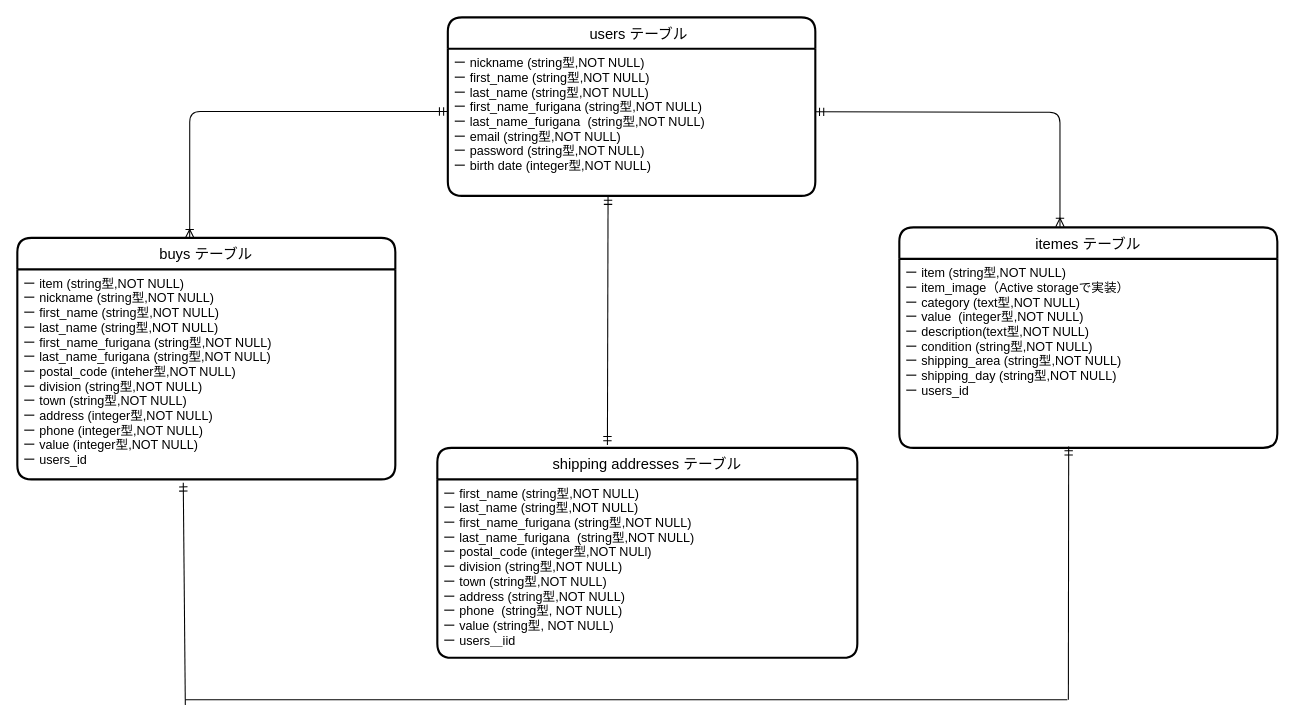
Above: page "ページ1" (1 of 2) of furima.dio in ryu-sugi/furima-35260 (draw.io), before the change. Source tidied: cells renumbered, new cells numbered last; positions are measured from the earlier drawing's top-left corner, leaving out a move shared by most shapes. Both pictures are drawn from the tidied source at 105%, with x=0, y=0 at pixel (17, 17).
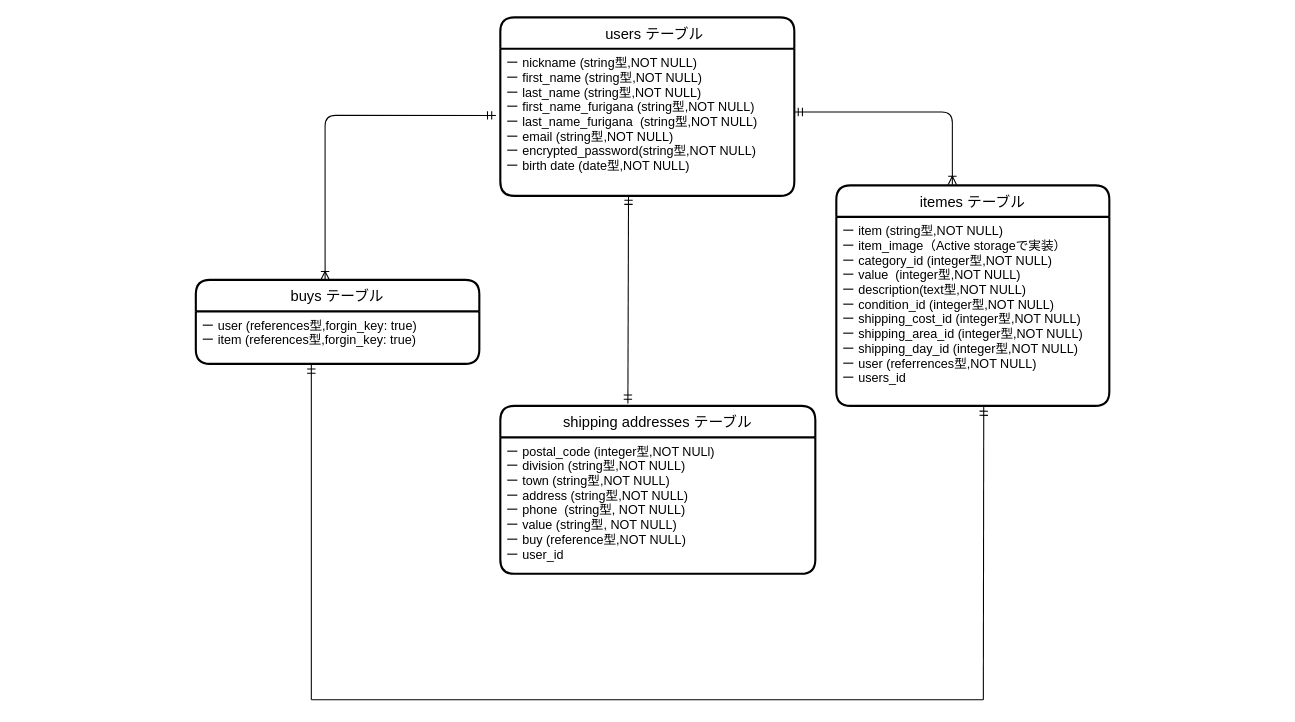
The same diagram, later.

Commit message (it also covers changes not shown here):
DB設計 修正版

Change to the diagram source:
```diff
@@
     <mxCell id="2" value="　users テーブル" style="swimlane;horizontal=1;startSize=30;rounded=1;fontSize=14;fontStyle=0;strokeWidth=2;shadow=0;dashed=0;align=center;" parent="1" vertex="1">
-      <mxGeometry x="410" width="350" height="170" as="geometry" />
+      <mxGeometry x="460" width="280" height="170" as="geometry" />
     </mxCell>
-    <mxCell id="3" value="ー nickname (string型,NOT NULL)&#10;ー first_name (string型,NOT NULL)&#10;ー last_name (string型,NOT NULL)&#10;ー first_name_furigana (string型,NOT NULL)&#10;ー last_name_furigana  (string型,NOT NULL)&#10;ー email (string型,NOT NULL)&#10;ー password (string型,NOT NULL)&#10;ー birth date (integer型,NOT NULL)&#10;" style="text;strokeColor=none;fillColor=none;spacingLeft=4;spacingRight=4;overflow=hidden;points=[[0,0.5],[1,0.5]];portConstraint=eastwest;fontSize=12;" parent="2" vertex="1">
-      <mxGeometry y="30" width="350" height="140" as="geometry" />
+    <mxCell id="3" value="ー nickname (string型,NOT NULL)&#10;ー first_name (string型,NOT NULL)&#10;ー last_name (string型,NOT NULL)&#10;ー first_name_furigana (string型,NOT NULL)&#10;ー last_name_furigana  (string型,NOT NULL)&#10;ー email (string型,NOT NULL)&#10;ー encrypted_password(string型,NOT NULL)&#10;ー birth date (date型,NOT NULL)&#10;" style="text;strokeColor=none;fillColor=none;spacingLeft=4;spacingRight=4;overflow=hidden;points=[[0,0.5],[1,0.5]];portConstraint=eastwest;fontSize=12;" parent="2" vertex="1">
+      <mxGeometry y="30" width="280" height="140" as="geometry" />
     </mxCell>
@@
     <mxCell id="5" value="buys テーブル" style="swimlane;horizontal=1;startSize=30;rounded=1;fontSize=14;fontStyle=0;strokeWidth=2;shadow=0;dashed=0;align=center;" parent="1" vertex="1">
-      <mxGeometry y="210" width="360" height="230" as="geometry" />
+      <mxGeometry x="170" y="250" width="270" height="80" as="geometry" />
     </mxCell>
-    <mxCell id="6" value="ー item (string型,NOT NULL)&#10;ー nickname (string型,NOT NULL)&#10;ー first_name (string型,NOT NULL)&#10;ー last_name (string型,NOT NULL)&#10;ー first_name_furigana (string型,NOT NULL)&#10;ー last_name_furigana (string型,NOT NULL)&#10;ー postal_code (inteher型,NOT NULL)&#10;ー division (string型,NOT NULL)&#10;ー town (string型,NOT NULL)&#10;ー address (integer型,NOT NULL)&#10;ー phone (integer型,NOT NULL)&#10;ー value (integer型,NOT NULL)&#10;ー users_id&#10;" style="text;strokeColor=none;fillColor=none;spacingLeft=4;spacingRight=4;overflow=hidden;points=[[0,0.5],[1,0.5]];portConstraint=eastwest;fontSize=12;" parent="5" vertex="1">
-      <mxGeometry y="30" width="360" height="200" as="geometry" />
+    <mxCell id="6" value="ー user (references型,forgin_key: true)  &#10;ー item (references型,forgin_key: true)   &#10;" style="text;strokeColor=none;fillColor=none;spacingLeft=4;spacingRight=4;overflow=hidden;points=[[0,0.5],[1,0.5]];portConstraint=eastwest;fontSize=12;" parent="5" vertex="1">
+      <mxGeometry y="30" width="270" height="50" as="geometry" />
     </mxCell>
     <mxCell id="7" value="itemes テーブル" style="swimlane;horizontal=1;startSize=30;rounded=1;fontSize=14;fontStyle=0;strokeWidth=2;shadow=0;dashed=0;align=center;" parent="1" vertex="1">
-      <mxGeometry x="840" y="200" width="360" height="210" as="geometry" />
+      <mxGeometry x="780" y="160" width="260" height="210" as="geometry" />
     </mxCell>
-    <mxCell id="8" value="ー item (string型,NOT NULL)&#10;ー item_image（Active storageで実装）&#10;ー category (text型,NOT NULL)&#10;ー value  (integer型,NOT NULL)&#10;ー description(text型,NOT NULL)&#10;ー condition (string型,NOT NULL)&#10;ー shipping_area (string型,NOT NULL)&#10;ー shipping_day (string型,NOT NULL)&#10;ー users_id" style="text;strokeColor=none;fillColor=none;spacingLeft=4;spacingRight=4;overflow=hidden;points=[[0,0.5],[1,0.5]];portConstraint=eastwest;fontSize=12;" parent="7" vertex="1">
-      <mxGeometry y="30" width="360" height="180" as="geometry" />
+    <mxCell id="8" value="ー item (string型,NOT NULL)&#10;ー item_image（Active storageで実装）&#10;ー category_id (integer型,NOT NULL)&#10;ー value  (integer型,NOT NULL)&#10;ー description(text型,NOT NULL)&#10;ー condition_id (integer型,NOT NULL)&#10;ー shipping_cost_id (integer型,NOT NULL)&#10;ー shipping_area_id (integer型,NOT NULL)&#10;ー shipping_day_id (integer型,NOT NULL)&#10;ー user (referrences型,NOT NULL)&#10;ー users_id " style="text;strokeColor=none;fillColor=none;spacingLeft=4;spacingRight=4;overflow=hidden;points=[[0,0.5],[1,0.5]];portConstraint=eastwest;fontSize=12;" parent="7" vertex="1">
+      <mxGeometry y="30" width="260" height="180" as="geometry" />
     </mxCell>
     <mxCell id="9" value="shipping addresses テーブル" style="swimlane;horizontal=1;startSize=30;rounded=1;fontSize=14;fontStyle=0;strokeWidth=2;shadow=0;dashed=0;align=center;" parent="1" vertex="1">
-      <mxGeometry x="400" y="410" width="400" height="200" as="geometry" />
+      <mxGeometry x="460" y="370" width="300" height="160" as="geometry" />
     </mxCell>
-    <mxCell id="10" value="ー first_name (string型,NOT NULL)&#10;ー last_name (string型,NOT NULL)&#10;ー first_name_furigana (string型,NOT NULL)&#10;ー last_name_furigana  (string型,NOT NULL)&#10;ー postal_code (integer型,NOT NULl)&#10;ー division (string型,NOT NULL)&#10;ー town (string型,NOT NULL)&#10;ー address (string型,NOT NULL)&#10;ー phone  (string型, NOT NULL)&#10;ー value (string型, NOT NULL)&#10;ー users＿iid&#10;&#10;" style="text;strokeColor=none;fillColor=none;spacingLeft=4;spacingRight=4;overflow=hidden;points=[[0,0.5],[1,0.5]];portConstraint=eastwest;fontSize=12;" parent="9" vertex="1">
-      <mxGeometry y="30" width="400" height="170" as="geometry" />
+    <mxCell id="10" value="ー postal_code (integer型,NOT NULl)&#10;ー division (string型,NOT NULL)&#10;ー town (string型,NOT NULL)&#10;ー address (string型,NOT NULL)&#10;ー phone  (string型, NOT NULL)&#10;ー value (string型, NOT NULL)&#10;ー buy (reference型,NOT NULL)&#10;ー user_id&#10;&#10;" style="text;strokeColor=none;fillColor=none;spacingLeft=4;spacingRight=4;overflow=hidden;points=[[0,0.5],[1,0.5]];portConstraint=eastwest;fontSize=12;" parent="9" vertex="1">
+      <mxGeometry y="30" width="300" height="130" as="geometry" />
     </mxCell>
@@
-    <mxCell id="12" style="fontSize=12;html=1;endArrow=ERoneToMany;startArrow=ERmandOne;edgeStyle=orthogonalEdgeStyle;elbow=vertical;exitX=-0.01;exitY=-0.011;exitDx=0;exitDy=0;exitPerimeter=0;entryX=0.456;entryY=0;entryDx=0;entryDy=0;entryPerimeter=0;" parent="1" edge="1" target="5">
-      <mxGeometry relative="1" as="geometry">
-        <mxPoint x="410" y="89.7" as="sourcePoint" />
-        <Array as="points">
-          <mxPoint x="164" y="90" />
-        </Array>
-      </mxGeometry>
+    <mxCell id="12" style="fontSize=12;html=1;endArrow=ERoneToMany;startArrow=ERmandOne;edgeStyle=orthogonalEdgeStyle;elbow=vertical;exitX=-0.015;exitY=0.453;exitDx=0;exitDy=0;exitPerimeter=0;entryX=0.456;entryY=0;entryDx=0;entryDy=0;entryPerimeter=0;" parent="1" edge="1" source="3" target="5">
+      <mxGeometry relative="1" as="geometry" />
     </mxCell>
-    <mxCell id="13" style="edgeStyle=orthogonalEdgeStyle;fontSize=12;html=1;endArrow=ERoneToMany;startArrow=ERmandOne;entryX=0.425;entryY=-0.003;entryDx=0;entryDy=0;entryPerimeter=0;" parent="1" edge="1" target="7">
-      <mxGeometry relative="1" as="geometry">
-        <mxPoint x="760" y="90" as="sourcePoint" />
-      </mxGeometry>
+    <mxCell id="13" style="edgeStyle=orthogonalEdgeStyle;fontSize=12;html=1;endArrow=ERoneToMany;startArrow=ERmandOne;entryX=0.425;entryY=-0.003;entryDx=0;entryDy=0;entryPerimeter=0;exitX=0.999;exitY=0.43;exitDx=0;exitDy=0;exitPerimeter=0;" parent="1" edge="1" source="3" target="7">
+      <mxGeometry relative="1" as="geometry" />
     </mxCell>
@@
-    <mxCell id="15" style="fontSize=12;html=1;endArrow=ERmandOne;entryX=0.439;entryY=1.016;entryDx=0;entryDy=0;entryPerimeter=0;" parent="1" edge="1" target="6">
+    <mxCell id="15" style="fontSize=12;html=1;endArrow=ERmandOne;" parent="1" edge="1">
       <mxGeometry relative="1" as="geometry">
-        <mxPoint x="160" y="655" as="sourcePoint" />
+        <mxPoint x="280" y="650" as="sourcePoint" />
+        <mxPoint x="280" y="331" as="targetPoint" />
       </mxGeometry>
     </mxCell>
     <mxCell id="16" style="endArrow=none;html=1;rounded=0;" parent="1" edge="1">
       <mxGeometry relative="1" as="geometry">
-        <mxPoint x="160" y="650" as="sourcePoint" />
-        <mxPoint x="1000" y="650" as="targetPoint" />
+        <mxPoint x="280" y="650" as="sourcePoint" />
+        <mxPoint x="920" y="650" as="targetPoint" />
       </mxGeometry>
     </mxCell>
-    <mxCell id="17" style="fontSize=12;html=1;endArrow=ERmandOne;entryX=0.448;entryY=0.993;entryDx=0;entryDy=0;entryPerimeter=0;" parent="1" edge="1" target="8">
+    <mxCell id="17" style="fontSize=12;html=1;endArrow=ERmandOne;entryX=0.54;entryY=1.006;entryDx=0;entryDy=0;entryPerimeter=0;" parent="1" edge="1" target="8">
       <mxGeometry relative="1" as="geometry">
-        <mxPoint x="1001" y="650" as="sourcePoint" />
+        <mxPoint x="920" y="650" as="sourcePoint" />
       </mxGeometry>
     </mxCell>
```
